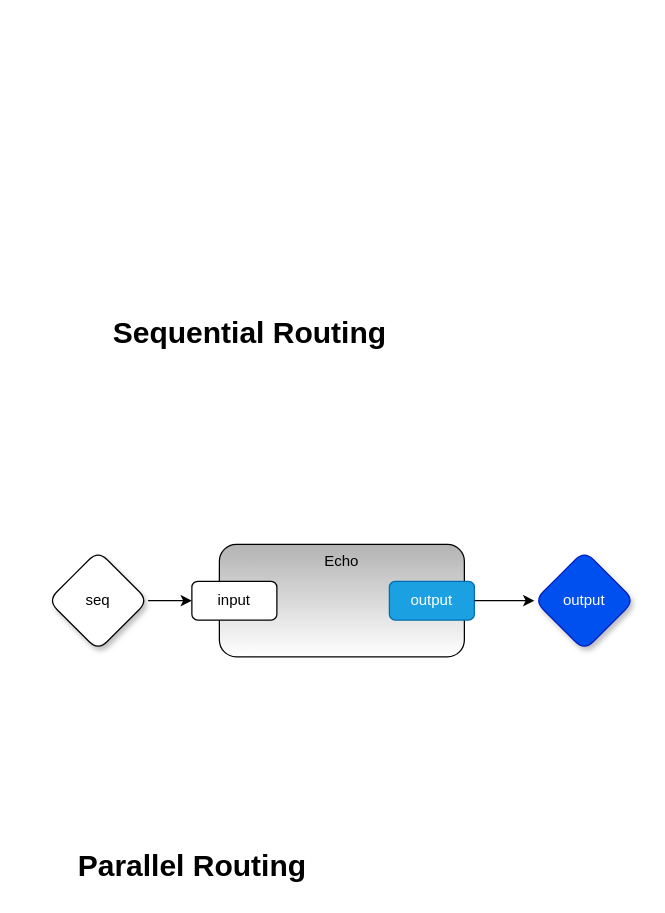
Before: page "main" (1 of 5) of example.drawio in guitarvydas/odin0d, a draw.io diagram. Source tidied: cells renumbered, new cells numbered last; positions are measured from the earlier drawing's top-left corner, leaving out a move shared by most shapes. Both pictures are drawn from the tidied source at 125%, with x=0, y=0 at pixel (48, 306).
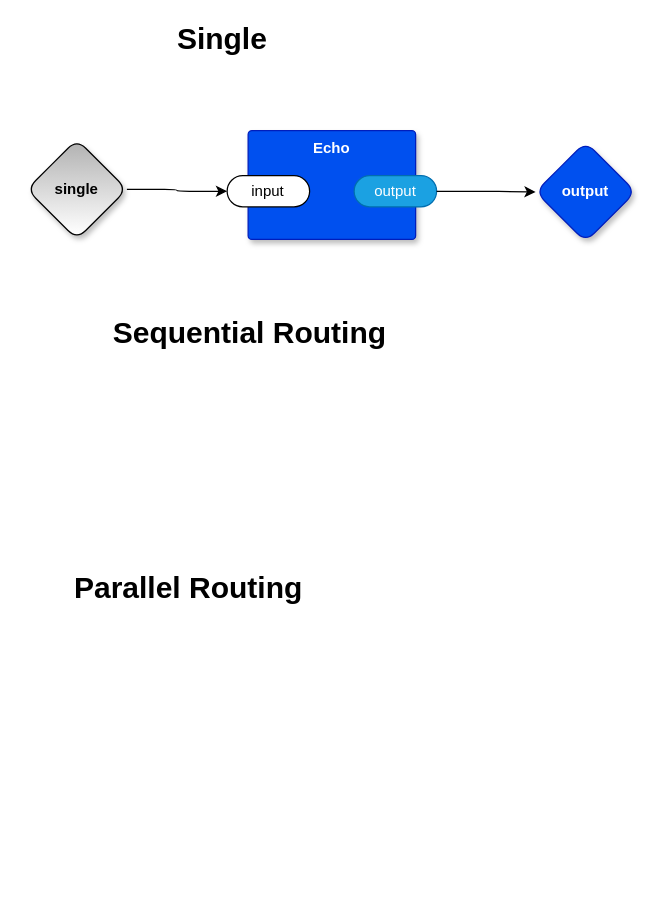
Above is the later version.

Commit message (it also covers changes not shown here):
begin single

Change to the diagram source:
```diff
@@
 <mxGraphModel>
   <root>
     <mxCell id="0" />
     <mxCell id="1" parent="0" />
+    <mxCell id="5" value="&lt;b&gt;&lt;font style=&quot;font-size: 24px;&quot;&gt;Sequential Routing&lt;/font&gt;&lt;/b&gt;" style="text;html=1;align=center;verticalAlign=middle;strokeColor=none;fillColor=none;" parent="1" vertex="1">
+      <mxGeometry x="42" width="237" height="41" as="geometry" />
+    </mxCell>
+    <mxCell id="6" value="&lt;b&gt;&lt;font style=&quot;font-size: 24px;&quot;&gt;Parallel Routing&lt;/font&gt;&lt;/b&gt;" style="text;html=1;align=center;verticalAlign=middle;strokeColor=none;fillColor=none;" parent="1" vertex="1">
+      <mxGeometry x="11" y="204" width="201" height="41" as="geometry" />
+    </mxCell>
+    <mxCell id="11" style="edgeStyle=orthogonalEdgeStyle;rounded=1;jettySize=auto;html=1;exitX=1;exitY=0.5;exitDx=0;exitDy=0;exitPerimeter=0;entryX=0;entryY=0.5;entryDx=0;entryDy=0;entryPerimeter=0;" parent="1" edge="1" source="12" target="3">
+      <mxGeometry relative="1" as="geometry" />
+    </mxCell>
+    <mxCell id="12" value="single" style="rhombus;whiteSpace=wrap;html=1;rounded=1;fontStyle=1;glass=0;sketch=0;fontSize=12;points=[[0,0.5,0,0,0],[0.5,0,0,0,0],[0.5,1,0,0,0],[1,0.5,0,0,0]];shadow=1;labelBackgroundColor=none;comic=0;fillColor=#B3B3B3;gradientColor=#ffffff;" parent="1" vertex="1">
+      <mxGeometry x="-17" y="-134" width="80" height="80" as="geometry" />
+    </mxCell>
+    <mxCell id="13" value="output" style="rhombus;whiteSpace=wrap;html=1;rounded=1;fillColor=#0050ef;fontColor=#ffffff;strokeColor=#001DBC;fontStyle=1;glass=0;sketch=0;fontSize=12;points=[[0,0.5,0,0,0],[0.5,0,0,0,0],[0.5,1,0,0,0],[1,0.5,0,0,0]];shadow=1;labelBackgroundColor=none;comic=0;" parent="1" vertex="1">
+      <mxGeometry x="390" y="-132" width="80" height="80" as="geometry" />
+    </mxCell>
-    <mxCell id="2" value="Echo" style="rounded=1;whiteSpace=wrap;html=1;shadow=0;labelBackgroundColor=none;fillColor=#B3B3B3;gradientColor=#ffffff;comic=0;verticalAlign=top;" parent="1" vertex="1">
-      <mxGeometry x="137" y="190" width="196" height="90" as="geometry" />
+    <mxCell id="2" value="Echo" style="rounded=1;whiteSpace=wrap;html=1;sketch=0;verticalAlign=top;arcSize=6;fontStyle=1;absoluteArcSize=1;shadow=1;strokeColor=#001DBC;fillColor=#0050ef;fontColor=#ffffff;labelBackgroundColor=none;comic=0;" parent="1" vertex="1">
+      <mxGeometry x="160" y="-141" width="134" height="87" as="geometry" />
     </mxCell>
-    <mxCell id="3" value="input" style="rounded=1;whiteSpace=wrap;html=1;shadow=0;" parent="2" vertex="1">
-      <mxGeometry x="-22" y="29.5" width="68" height="31" as="geometry" />
+    <mxCell id="3" value="input" style="rounded=1;whiteSpace=wrap;html=1;sketch=0;points=[[0,0.5,0,0,0],[1,0.5,0,0,0]];arcSize=50;" parent="2" vertex="1">
+      <mxGeometry x="-16.8" y="36" width="66" height="25" as="geometry" />
     </mxCell>
-    <mxCell id="4" value="output" style="rounded=1;whiteSpace=wrap;html=1;shadow=0;fillColor=#1ba1e2;strokeColor=#006EAF;fontColor=#ffffff;" parent="2" vertex="1">
-      <mxGeometry x="136" y="29.5" width="68" height="31" as="geometry" />
-    </mxCell>
-    <mxCell id="5" value="&lt;b&gt;&lt;font style=&quot;font-size: 24px;&quot;&gt;Sequential Routing&lt;/font&gt;&lt;/b&gt;" style="text;html=1;align=center;verticalAlign=middle;strokeColor=none;fillColor=none;" parent="1" vertex="1">
-      <mxGeometry x="42" width="237" height="41" as="geometry" />
-    </mxCell>
-    <mxCell id="6" value="&lt;b&gt;&lt;font style=&quot;font-size: 24px;&quot;&gt;Parallel Routing&lt;/font&gt;&lt;/b&gt;" style="text;html=1;align=center;verticalAlign=middle;strokeColor=none;fillColor=none;" parent="1" vertex="1">
-      <mxGeometry x="14" y="427" width="201" height="41" as="geometry" />
-    </mxCell>
-    <mxCell id="7" style="edgeStyle=orthogonalEdgeStyle;rounded=1;jettySize=auto;html=1;entryX=0;entryY=0.5;entryDx=0;entryDy=0;" parent="1" edge="1" source="8" target="3">
-      <mxGeometry relative="1" as="geometry" />
-    </mxCell>
-    <mxCell id="8" value="seq" style="rhombus;whiteSpace=wrap;html=1;rounded=1;shadow=1;" parent="1" vertex="1">
-      <mxGeometry y="195" width="80" height="80" as="geometry" />
-    </mxCell>
-    <mxCell id="9" value="output" style="rhombus;whiteSpace=wrap;html=1;rounded=1;shadow=1;fillColor=#0050ef;strokeColor=#001DBC;fontColor=#ffffff;" parent="1" vertex="1">
-      <mxGeometry x="389" y="195" width="80" height="80" as="geometry" />
-    </mxCell>
-    <mxCell id="10" style="edgeStyle=orthogonalEdgeStyle;rounded=1;jettySize=auto;html=1;exitX=1;exitY=0.5;exitDx=0;exitDy=0;entryX=0;entryY=0.5;entryDx=0;entryDy=0;" parent="1" edge="1" source="4" target="9">
-      <mxGeometry relative="1" as="geometry" />
-    </mxCell>
+    <mxCell id="14" value="output" style="rounded=1;whiteSpace=wrap;html=1;sketch=0;points=[[0,0.5,0,0,0],[1,0.5,0,0,0]];fillColor=#1ba1e2;fontColor=#ffffff;strokeColor=#006EAF;arcSize=50;" parent="2" vertex="1">
+      <mxGeometry x="84.8" y="36" width="66" height="25" as="geometry" />
+    </mxCell>
+    <mxCell id="15" style="edgeStyle=orthogonalEdgeStyle;rounded=1;jettySize=auto;html=1;exitX=1;exitY=0.5;exitDx=0;exitDy=0;exitPerimeter=0;entryX=0;entryY=0.5;entryDx=0;entryDy=0;entryPerimeter=0;" parent="1" edge="1" source="14" target="13">
+      <mxGeometry relative="1" as="geometry" />
+    </mxCell>
+    <mxCell id="16" value="&lt;b&gt;&lt;font style=&quot;font-size: 24px&quot;&gt;Single&lt;/font&gt;&lt;/b&gt;" style="text;html=1;align=center;verticalAlign=middle;strokeColor=none;fillColor=none;" parent="1" vertex="1">
+      <mxGeometry x="98" y="-225" width="82" height="22" as="geometry" />
+    </mxCell>
   </root>
 </mxGraphModel>
```
